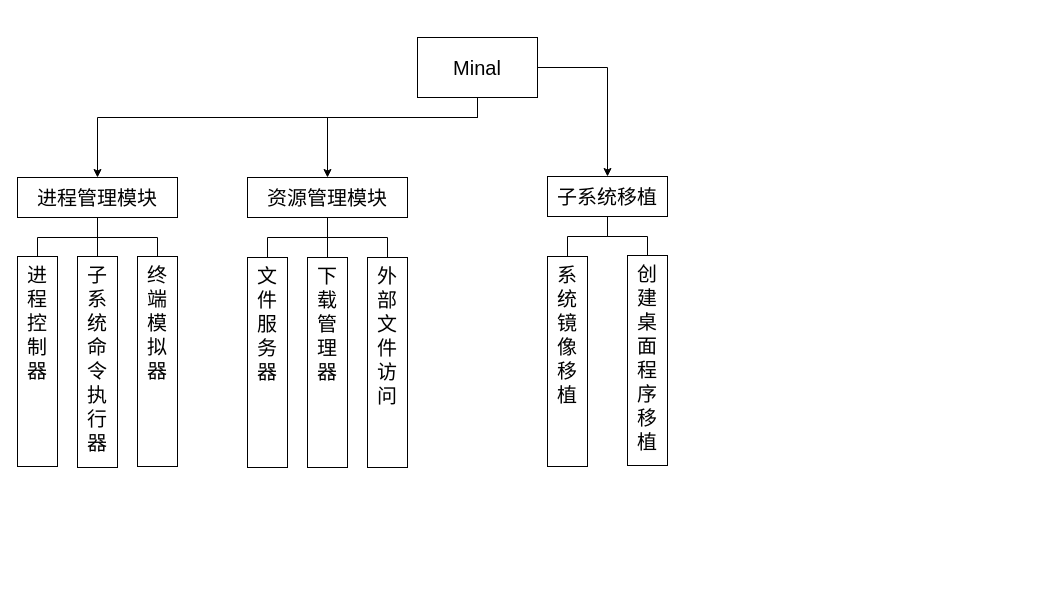
Earlier version of the draw.io diagram uml/Modules.drawio (TobiasYin/ansuld). Source tidied: cells renumbered, new cells numbered last; positions are measured from the earlier drawing's top-left corner, leaving out a move shared by most shapes. Both pictures are drawn from the tidied source at 100%, with x=0, y=0 at pixel (17, 37).
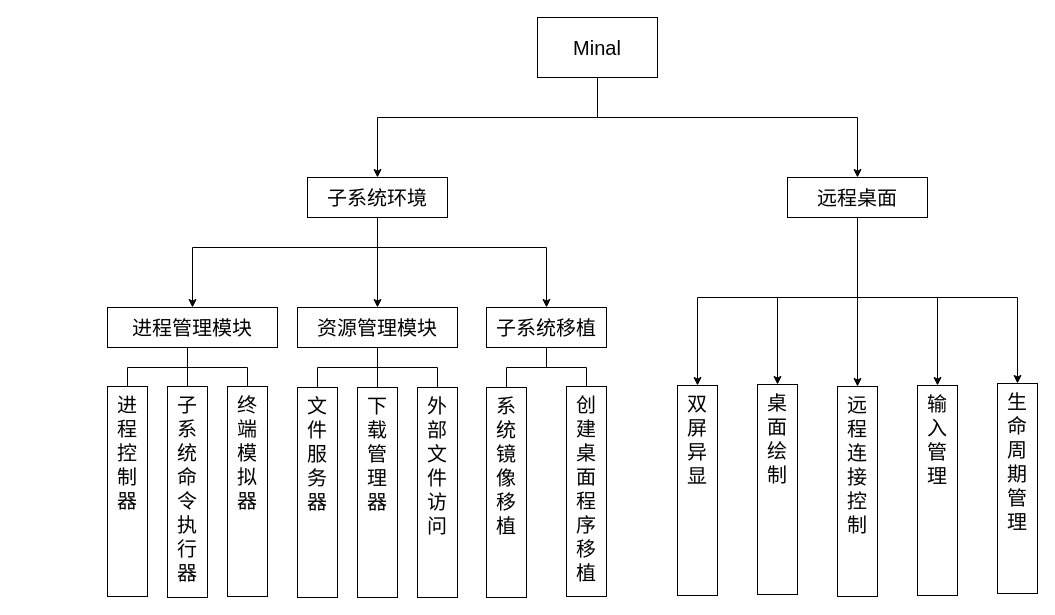
Above is the later version.

Diff of the diagram source:
```diff
@@
-    <mxCell id="2" style="edgeStyle=orthogonalEdgeStyle;rounded=0;jettySize=auto;html=1;" parent="1" edge="1" source="5" target="9">
+    <mxCell id="2" style="edgeStyle=orthogonalEdgeStyle;rounded=0;jettySize=auto;html=1;exitX=0.5;exitY=1;exitDx=0;exitDy=0;entryX=0.5;entryY=0;entryDx=0;entryDy=0;" parent="1" edge="1" source="33" target="9">
       <mxGeometry relative="1" as="geometry">
         <Array as="points">
-          <mxPoint x="460" y="80" />
-          <mxPoint x="80" y="80" />
+          <mxPoint x="360" y="210" />
+          <mxPoint x="175" y="210" />
         </Array>
       </mxGeometry>
     </mxCell>
-    <mxCell id="3" style="edgeStyle=orthogonalEdgeStyle;rounded=0;jettySize=auto;html=1;" parent="1" edge="1" source="5" target="13">
+    <mxCell id="3" style="edgeStyle=orthogonalEdgeStyle;rounded=0;jettySize=auto;html=1;exitX=0.5;exitY=1;exitDx=0;exitDy=0;" parent="1" edge="1" source="33" target="13">
       <mxGeometry relative="1" as="geometry">
         <Array as="points">
-          <mxPoint x="460" y="80" />
-          <mxPoint x="310" y="80" />
+          <mxPoint x="360" y="190" />
+          <mxPoint x="360" y="190" />
         </Array>
       </mxGeometry>
     </mxCell>
-    <mxCell id="4" style="edgeStyle=orthogonalEdgeStyle;rounded=0;jettySize=auto;html=1;" parent="1" edge="1" source="5" target="16">
-      <mxGeometry relative="1" as="geometry" />
+    <mxCell id="4" style="edgeStyle=orthogonalEdgeStyle;rounded=0;jettySize=auto;html=1;exitX=0.5;exitY=1;exitDx=0;exitDy=0;entryX=0.5;entryY=0;entryDx=0;entryDy=0;" parent="1" edge="1" source="33" target="16">
+      <mxGeometry relative="1" as="geometry">
+        <Array as="points">
+          <mxPoint x="360" y="210" />
+          <mxPoint x="529" y="210" />
+        </Array>
+      </mxGeometry>
     </mxCell>
+    <mxCell id="25" style="edgeStyle=orthogonalEdgeStyle;rounded=0;jettySize=auto;html=1;" parent="1" edge="1" source="5" target="33">
+      <mxGeometry relative="1" as="geometry">
+        <Array as="points">
+          <mxPoint x="580" y="80" />
+          <mxPoint x="360" y="80" />
+        </Array>
+      </mxGeometry>
+    </mxCell>
+    <mxCell id="26" style="edgeStyle=orthogonalEdgeStyle;rounded=0;jettySize=auto;html=1;" parent="1" edge="1" source="5" target="32">
+      <mxGeometry relative="1" as="geometry">
+        <Array as="points">
+          <mxPoint x="580" y="80" />
+          <mxPoint x="840" y="80" />
+        </Array>
+      </mxGeometry>
+    </mxCell>
     <mxCell id="5" value="Minal" style="rounded=0;whiteSpace=wrap;html=1;fontSize=20;" parent="1" vertex="1">
-      <mxGeometry x="400" width="120" height="60" as="geometry" />
+      <mxGeometry x="520" y="-20" width="120" height="60" as="geometry" />
     </mxCell>
     <mxCell id="6" style="edgeStyle=orthogonalEdgeStyle;rounded=0;jettySize=auto;html=1;entryX=0.5;entryY=0;entryDx=0;entryDy=0;endArrow=none;endFill=0;fontSize=20;" parent="1" edge="1" source="9" target="17">
-      <mxGeometry relative="1" as="geometry" />
+      <mxGeometry relative="1" as="geometry">
+        <Array as="points">
+          <mxPoint x="170" y="330" />
+          <mxPoint x="110" y="330" />
+        </Array>
+      </mxGeometry>
     </mxCell>
     <mxCell id="7" style="edgeStyle=orthogonalEdgeStyle;rounded=0;jettySize=auto;html=1;entryX=0.5;entryY=0;entryDx=0;entryDy=0;endArrow=none;endFill=0;fontSize=20;" parent="1" edge="1" source="9" target="18">
-      <mxGeometry relative="1" as="geometry" />
+      <mxGeometry relative="1" as="geometry">
+        <Array as="points">
+          <mxPoint x="170" y="320" />
+          <mxPoint x="170" y="320" />
+        </Array>
+      </mxGeometry>
     </mxCell>
     <mxCell id="8" style="edgeStyle=orthogonalEdgeStyle;rounded=0;jettySize=auto;html=1;entryX=0.5;entryY=0;entryDx=0;entryDy=0;endArrow=none;endFill=0;fontSize=20;" parent="1" edge="1" source="9" target="19">
-      <mxGeometry relative="1" as="geometry" />
+      <mxGeometry relative="1" as="geometry">
+        <Array as="points">
+          <mxPoint x="170" y="330" />
+          <mxPoint x="230" y="330" />
+        </Array>
+      </mxGeometry>
     </mxCell>
     <mxCell id="9" value="进程管理模块" style="rounded=0;whiteSpace=wrap;html=1;fontSize=20;" parent="1" vertex="1">
-      <mxGeometry y="140" width="160" height="40" as="geometry" />
+      <mxGeometry x="90" y="270" width="170" height="40" as="geometry" />
     </mxCell>
@@
     <mxCell id="13" value="资源管理模块" style="rounded=0;whiteSpace=wrap;html=1;fontSize=20;" parent="1" vertex="1">
-      <mxGeometry x="230" y="140" width="160" height="40" as="geometry" />
+      <mxGeometry x="280" y="270" width="160" height="40" as="geometry" />
     </mxCell>
@@
     <mxCell id="16" value="子系统移植" style="rounded=0;whiteSpace=wrap;html=1;fontSize=20;" parent="1" vertex="1">
-      <mxGeometry x="530" y="139" width="120" height="40" as="geometry" />
+      <mxGeometry x="469" y="270" width="120" height="40" as="geometry" />
     </mxCell>
     <mxCell id="17" value="进&lt;br&gt;程&lt;br&gt;控&lt;br&gt;制&lt;br&gt;器" style="rounded=0;whiteSpace=wrap;html=1;fontSize=20;verticalAlign=top;" parent="1" vertex="1">
-      <mxGeometry y="219" width="40" height="210" as="geometry" />
+      <mxGeometry x="90" y="349" width="40" height="210" as="geometry" />
     </mxCell>
     <mxCell id="18" value="子系统命令执行器" style="rounded=0;whiteSpace=wrap;html=1;fontSize=20;verticalAlign=top;" parent="1" vertex="1">
-      <mxGeometry x="60" y="219" width="40" height="211" as="geometry" />
+      <mxGeometry x="150" y="349" width="40" height="211" as="geometry" />
     </mxCell>
     <mxCell id="19" value="终端模拟器" style="rounded=0;whiteSpace=wrap;html=1;fontSize=20;verticalAlign=top;" parent="1" vertex="1">
-      <mxGeometry x="120" y="219" width="40" height="210" as="geometry" />
+      <mxGeometry x="210" y="349" width="40" height="210" as="geometry" />
     </mxCell>
     <mxCell id="20" value="外部文件访问" style="rounded=0;whiteSpace=wrap;html=1;fontSize=20;verticalAlign=top;" parent="1" vertex="1">
-      <mxGeometry x="350" y="220" width="40" height="210" as="geometry" />
+      <mxGeometry x="400" y="350" width="40" height="210" as="geometry" />
     </mxCell>
     <mxCell id="21" value="下载管理器" style="rounded=0;whiteSpace=wrap;html=1;fontSize=20;verticalAlign=top;" parent="1" vertex="1">
-      <mxGeometry x="290" y="220" width="40" height="210" as="geometry" />
+      <mxGeometry x="340" y="350" width="40" height="210" as="geometry" />
     </mxCell>
     <mxCell id="22" value="文件服务器" style="rounded=0;whiteSpace=wrap;html=1;fontSize=20;verticalAlign=top;" parent="1" vertex="1">
-      <mxGeometry x="230" y="220" width="40" height="210" as="geometry" />
+      <mxGeometry x="280" y="350" width="40" height="210" as="geometry" />
     </mxCell>
     <mxCell id="23" value="创建桌面程序移植" style="rounded=0;whiteSpace=wrap;html=1;fontSize=20;verticalAlign=top;" parent="1" vertex="1">
-      <mxGeometry x="610" y="218" width="40" height="210" as="geometry" />
+      <mxGeometry x="549" y="349" width="40" height="210" as="geometry" />
     </mxCell>
     <mxCell id="24" value="系统镜像移植" style="rounded=0;whiteSpace=wrap;html=1;fontSize=20;verticalAlign=top;" parent="1" vertex="1">
-      <mxGeometry x="530" y="219" width="40" height="210" as="geometry" />
+      <mxGeometry x="469" y="350" width="40" height="210" as="geometry" />
     </mxCell>
+    <mxCell id="27" style="edgeStyle=orthogonalEdgeStyle;rounded=0;jettySize=auto;html=1;entryX=0.5;entryY=0;entryDx=0;entryDy=0;" parent="1" edge="1" source="32" target="35">
+      <mxGeometry relative="1" as="geometry">
+        <Array as="points">
+          <mxPoint x="840" y="260" />
+          <mxPoint x="680" y="260" />
+        </Array>
+      </mxGeometry>
+    </mxCell>
+    <mxCell id="28" style="edgeStyle=orthogonalEdgeStyle;rounded=0;jettySize=auto;html=1;entryX=0.5;entryY=0;entryDx=0;entryDy=0;" parent="1" edge="1" source="32" target="34">
+      <mxGeometry relative="1" as="geometry">
+        <Array as="points">
+          <mxPoint x="840" y="260" />
+          <mxPoint x="760" y="260" />
+        </Array>
+      </mxGeometry>
+    </mxCell>
+    <mxCell id="29" style="edgeStyle=orthogonalEdgeStyle;rounded=0;jettySize=auto;html=1;" parent="1" edge="1" source="32" target="37">
+      <mxGeometry relative="1" as="geometry" />
+    </mxCell>
+    <mxCell id="30" style="edgeStyle=orthogonalEdgeStyle;rounded=0;jettySize=auto;html=1;" parent="1" edge="1" source="32" target="36">
+      <mxGeometry relative="1" as="geometry">
+        <Array as="points">
+          <mxPoint x="840" y="260" />
+          <mxPoint x="920" y="260" />
+        </Array>
+      </mxGeometry>
+    </mxCell>
+    <mxCell id="31" style="edgeStyle=orthogonalEdgeStyle;rounded=0;jettySize=auto;html=1;entryX=0.5;entryY=0;entryDx=0;entryDy=0;" parent="1" edge="1" source="32" target="38">
+      <mxGeometry relative="1" as="geometry">
+        <Array as="points">
+          <mxPoint x="840" y="260" />
+          <mxPoint x="1000" y="260" />
+        </Array>
+      </mxGeometry>
+    </mxCell>
+    <mxCell id="32" value="&lt;font style=&quot;font-size: 20px&quot;&gt;远程桌面&lt;/font&gt;" style="rounded=0;whiteSpace=wrap;html=1;" parent="1" vertex="1">
+      <mxGeometry x="770" y="140" width="140" height="40" as="geometry" />
+    </mxCell>
+    <mxCell id="33" value="&lt;font style=&quot;font-size: 20px&quot;&gt;子系统环境&lt;/font&gt;" style="rounded=0;whiteSpace=wrap;html=1;" parent="1" vertex="1">
+      <mxGeometry x="290" y="140" width="140" height="40" as="geometry" />
+    </mxCell>
+    <mxCell id="34" value="桌面绘制" style="rounded=0;whiteSpace=wrap;html=1;fontSize=20;verticalAlign=top;" parent="1" vertex="1">
+      <mxGeometry x="740" y="347" width="40" height="210" as="geometry" />
+    </mxCell>
+    <mxCell id="35" value="双屏异显" style="rounded=0;whiteSpace=wrap;html=1;fontSize=20;verticalAlign=top;" parent="1" vertex="1">
+      <mxGeometry x="660" y="348" width="40" height="210" as="geometry" />
+    </mxCell>
+    <mxCell id="36" value="输入管理" style="rounded=0;whiteSpace=wrap;html=1;fontSize=20;verticalAlign=top;" parent="1" vertex="1">
+      <mxGeometry x="900" y="348" width="40" height="210" as="geometry" />
+    </mxCell>
+    <mxCell id="37" value="远程连接控制" style="rounded=0;whiteSpace=wrap;html=1;fontSize=20;verticalAlign=top;" parent="1" vertex="1">
+      <mxGeometry x="820" y="349" width="40" height="210" as="geometry" />
+    </mxCell>
+    <mxCell id="38" value="生命周期管理" style="rounded=0;whiteSpace=wrap;html=1;fontSize=20;verticalAlign=top;" parent="1" vertex="1">
+      <mxGeometry x="980" y="346" width="40" height="210" as="geometry" />
+    </mxCell>
```
